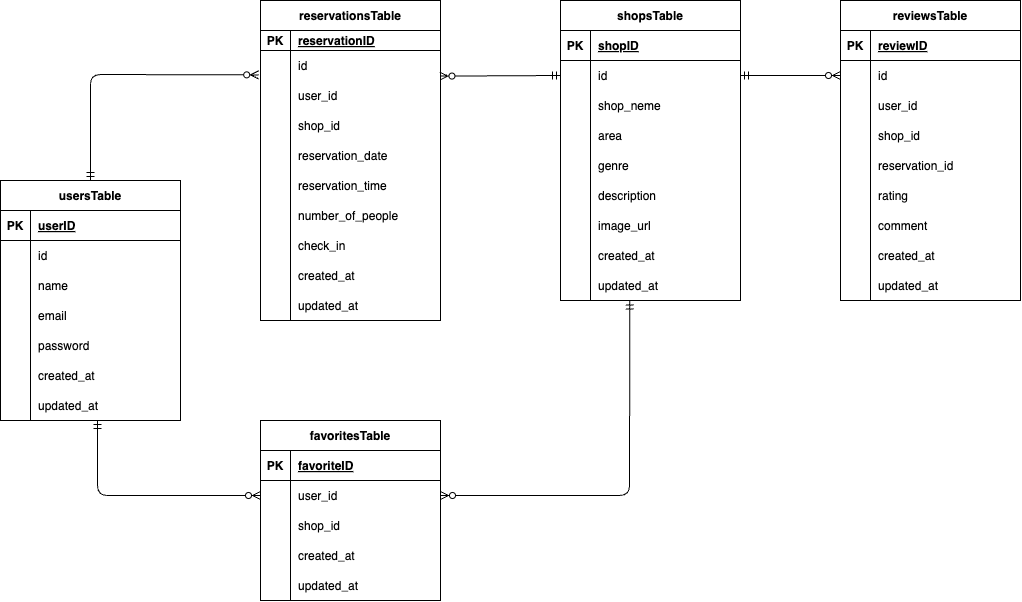
The draw.io diagram src/.drawio.png in uchi-a000/ReservationSystem, before a commit. Source tidied: cells renumbered, new cells last; positions are measured from the earlier drawing's top-left corner, leaving out a move shared by most shapes.
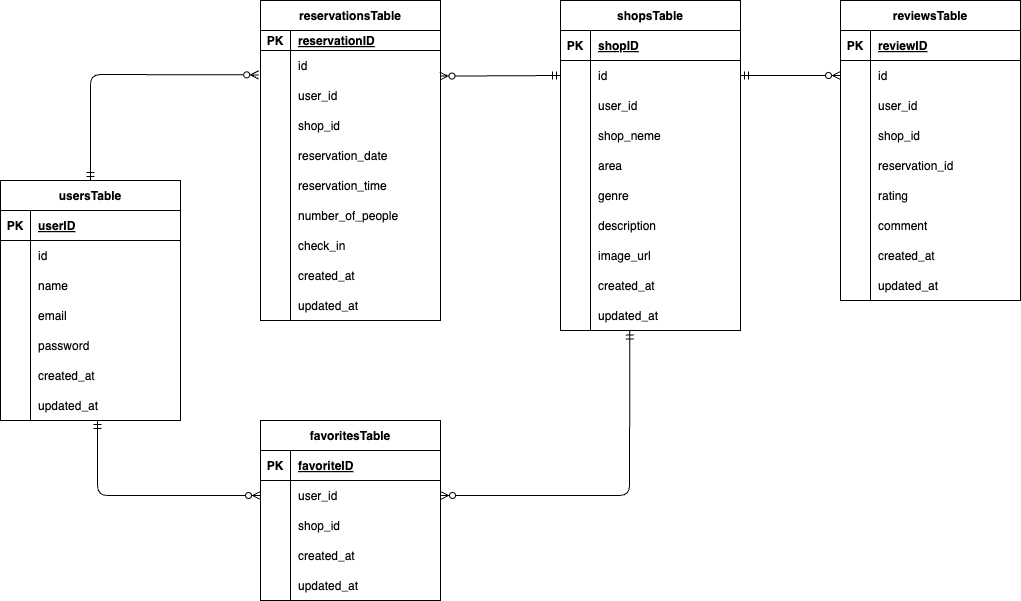
Later version of the same file.

Diff of the diagram source:
```diff
@@ -69,7 +69,7 @@
       <mxGeometry x="30" width="150" height="30" as="geometry" />
     </mxCell>
     <mxCell id="24" value="shopsTable" style="shape=table;startSize=30;rowLines=0;fontStyle=1;align=center;" parent="1" vertex="1">
-      <mxGeometry x="560" width="180" height="300" as="geometry" />
+      <mxGeometry x="560" width="180" height="330" as="geometry" />
     </mxCell>
     <mxCell id="25" style="shape=tableRow;horizontal=0;startSize=0;swimlaneHead=0;swimlaneBody=0;fillColor=none;top=0;left=0;right=0;bottom=1;" parent="24" vertex="1">
       <mxGeometry y="30" width="180" height="30" as="geometry" />
@@ -89,8 +89,17 @@
     <mxCell id="30" value="id" style="shape=partialRectangle;fillColor=none;top=0;left=0;bottom=0;right=0;align=left;spacingLeft=6;overflow=hidden;" parent="28" vertex="1">
       <mxGeometry x="30" width="150" height="30" as="geometry" />
     </mxCell>
+    <mxCell id="132" style="shape=tableRow;horizontal=0;startSize=0;swimlaneHead=0;swimlaneBody=0;fillColor=none;top=0;left=0;right=0;bottom=0;" parent="24" vertex="1">
+      <mxGeometry y="90" width="180" height="30" as="geometry" />
+    </mxCell>
+    <mxCell id="133" style="shape=partialRectangle;fillColor=none;top=0;left=0;bottom=0;right=0;overflow=hidden;" parent="132" vertex="1">
+      <mxGeometry width="30" height="30" as="geometry" />
+    </mxCell>
+    <mxCell id="134" value="user_id" style="shape=partialRectangle;fillColor=none;top=0;left=0;bottom=0;right=0;align=left;spacingLeft=6;overflow=hidden;" parent="132" vertex="1">
+      <mxGeometry x="30" width="150" height="30" as="geometry" />
+    </mxCell>
     <mxCell id="31" style="shape=tableRow;horizontal=0;startSize=0;swimlaneHead=0;swimlaneBody=0;fillColor=none;top=0;left=0;right=0;bottom=0;" parent="24" vertex="1">
-      <mxGeometry y="90" width="180" height="30" as="geometry" />
+      <mxGeometry y="120" width="180" height="30" as="geometry" />
     </mxCell>
     <mxCell id="32" style="shape=partialRectangle;fillColor=none;top=0;left=0;bottom=0;right=0;overflow=hidden;" parent="31" vertex="1">
       <mxGeometry width="30" height="30" as="geometry" />
@@ -99,7 +108,7 @@
       <mxGeometry x="30" width="150" height="30" as="geometry" />
     </mxCell>
     <mxCell id="34" style="shape=tableRow;horizontal=0;startSize=0;swimlaneHead=0;swimlaneBody=0;fillColor=none;top=0;left=0;right=0;bottom=0;" parent="24" vertex="1">
-      <mxGeometry y="120" width="180" height="30" as="geometry" />
+      <mxGeometry y="150" width="180" height="30" as="geometry" />
     </mxCell>
     <mxCell id="35" style="shape=partialRectangle;fillColor=none;top=0;left=0;bottom=0;right=0;overflow=hidden;" parent="34" vertex="1">
       <mxGeometry width="30" height="30" as="geometry" />
@@ -108,7 +117,7 @@
       <mxGeometry x="30" width="150" height="30" as="geometry" />
     </mxCell>
     <mxCell id="37" style="shape=tableRow;horizontal=0;startSize=0;swimlaneHead=0;swimlaneBody=0;fillColor=none;top=0;left=0;right=0;bottom=0;" parent="24" vertex="1">
-      <mxGeometry y="150" width="180" height="30" as="geometry" />
+      <mxGeometry y="180" width="180" height="30" as="geometry" />
     </mxCell>
     <mxCell id="38" style="shape=partialRectangle;fillColor=none;top=0;left=0;bottom=0;right=0;overflow=hidden;" parent="37" vertex="1">
       <mxGeometry width="30" height="30" as="geometry" />
@@ -117,7 +126,7 @@
       <mxGeometry x="30" width="150" height="30" as="geometry" />
     </mxCell>
     <mxCell id="40" style="shape=tableRow;horizontal=0;startSize=0;swimlaneHead=0;swimlaneBody=0;fillColor=none;top=0;left=0;right=0;bottom=0;" parent="24" vertex="1">
-      <mxGeometry y="180" width="180" height="30" as="geometry" />
+      <mxGeometry y="210" width="180" height="30" as="geometry" />
     </mxCell>
     <mxCell id="41" style="shape=partialRectangle;fillColor=none;top=0;left=0;bottom=0;right=0;overflow=hidden;" parent="40" vertex="1">
       <mxGeometry width="30" height="30" as="geometry" />
@@ -126,7 +135,7 @@
       <mxGeometry x="30" width="150" height="30" as="geometry" />
     </mxCell>
     <mxCell id="43" style="shape=tableRow;horizontal=0;startSize=0;swimlaneHead=0;swimlaneBody=0;fillColor=none;top=0;left=0;right=0;bottom=0;" parent="24" vertex="1">
-      <mxGeometry y="210" width="180" height="30" as="geometry" />
+      <mxGeometry y="240" width="180" height="30" as="geometry" />
     </mxCell>
     <mxCell id="44" style="shape=partialRectangle;fillColor=none;top=0;left=0;bottom=0;right=0;overflow=hidden;" parent="43" vertex="1">
       <mxGeometry width="30" height="30" as="geometry" />
@@ -135,7 +144,7 @@
       <mxGeometry x="30" width="150" height="30" as="geometry" />
     </mxCell>
     <mxCell id="46" style="shape=tableRow;horizontal=0;startSize=0;swimlaneHead=0;swimlaneBody=0;fillColor=none;top=0;left=0;right=0;bottom=0;" parent="24" vertex="1">
-      <mxGeometry y="240" width="180" height="30" as="geometry" />
+      <mxGeometry y="270" width="180" height="30" as="geometry" />
     </mxCell>
     <mxCell id="47" style="shape=partialRectangle;fillColor=none;top=0;left=0;bottom=0;right=0;overflow=hidden;" parent="46" vertex="1">
       <mxGeometry width="30" height="30" as="geometry" />
@@ -144,7 +153,7 @@
       <mxGeometry x="30" width="150" height="30" as="geometry" />
     </mxCell>
     <mxCell id="49" style="shape=tableRow;horizontal=0;startSize=0;swimlaneHead=0;swimlaneBody=0;fillColor=none;points=[[0,0.5],[1,0.5]];portConstraint=eastwest;top=0;left=0;right=0;bottom=0;" parent="24" vertex="1">
-      <mxGeometry y="270" width="180" height="30" as="geometry" />
+      <mxGeometry y="300" width="180" height="30" as="geometry" />
     </mxCell>
     <mxCell id="50" style="shape=partialRectangle;fillColor=none;top=0;left=0;bottom=0;right=0;overflow=hidden;" parent="49" vertex="1">
       <mxGeometry width="30" height="30" as="geometry" />
```
